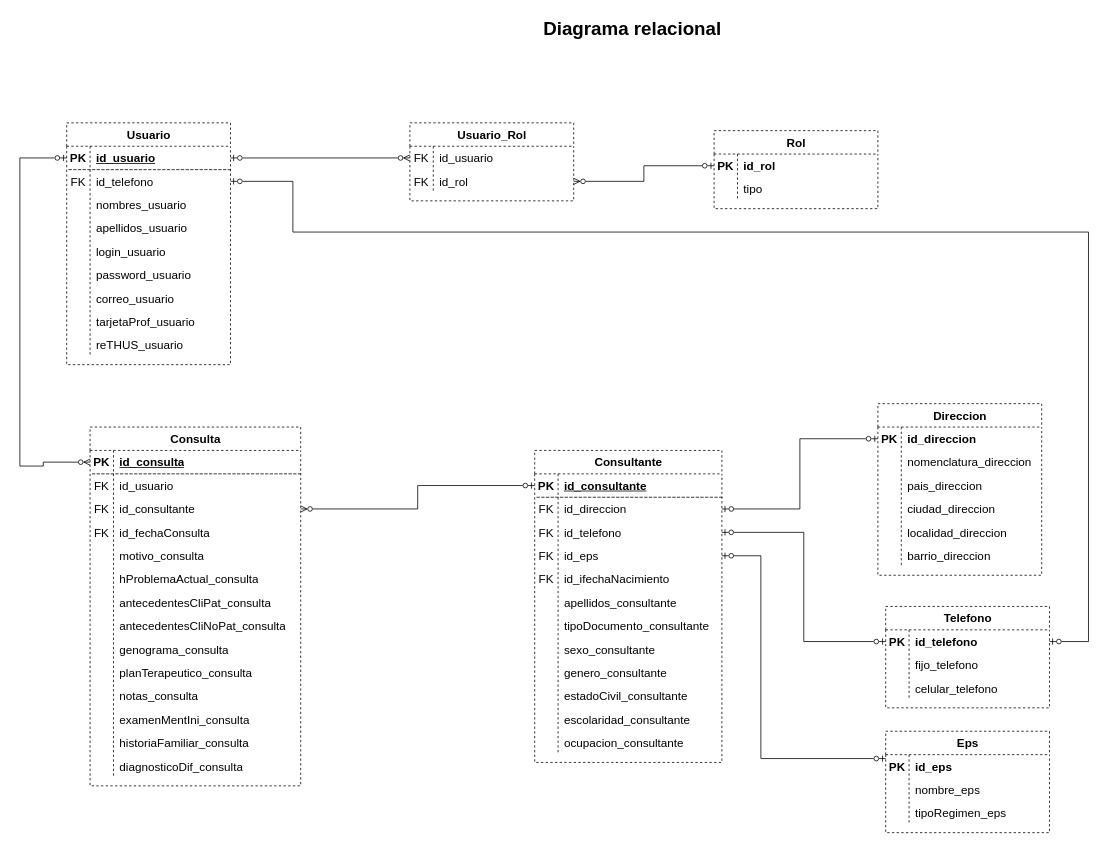
The draw.io diagram page "D. Relacional" (1 of 12) of Diagramas/Untitled Diagram.drawio in barloff2/Diagramas, before the edit. Source tidied: cells renumbered, new cells numbered last; positions are measured from the earlier drawing's top-left corner, leaving out a move shared by most shapes. Both pictures are drawn from the tidied source at 78%, with x=0, y=0 at pixel (20, 13).
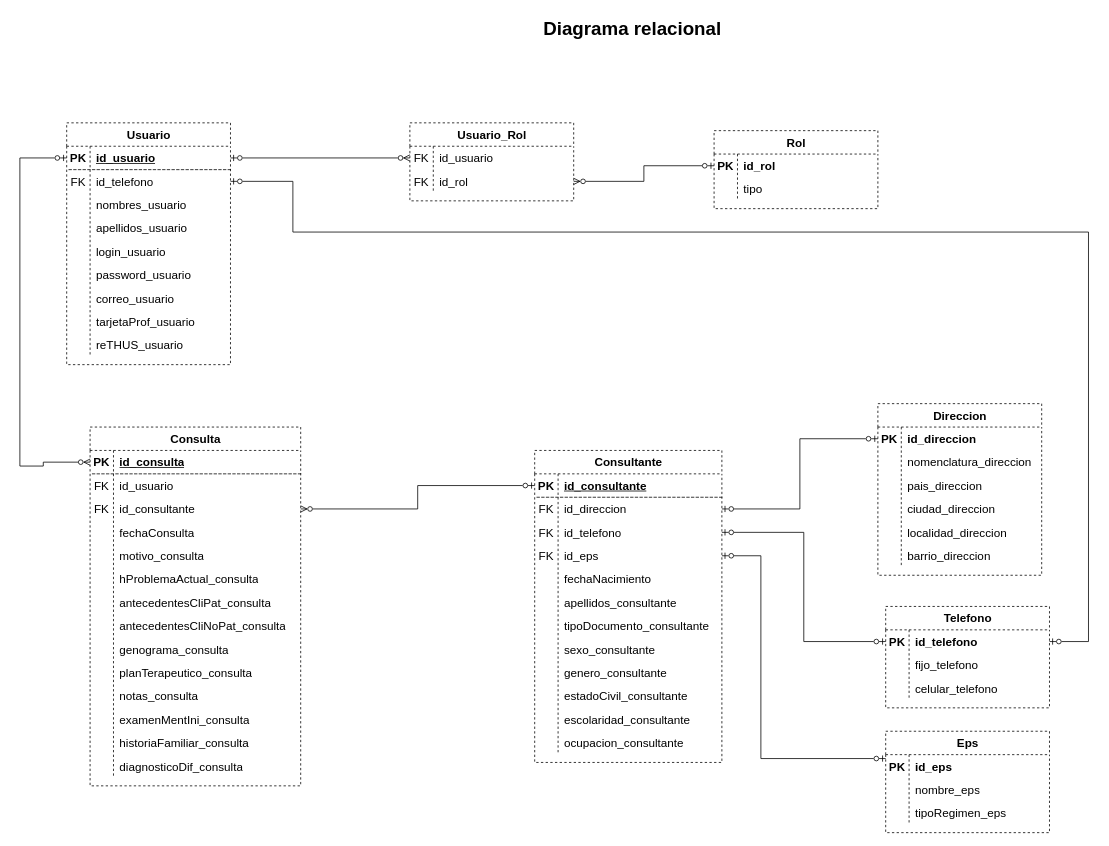
The same diagram, later.

The change refers to these unchanged cells:
```xml
<mxCell id="56" style="shape=tableRow;horizontal=0;startSize=0;swimlaneHead=0;swimlaneBody=0;fillColor=none;top=0;left=0;right=0;bottom=0;dashed=1;fontSize=15;html=1;" parent="46" vertex="1">
  <mxGeometry y="120" width="270" height="30" as="geometry" />
</mxCell>
<mxCell id="102" style="shape=tableRow;horizontal=0;startSize=0;swimlaneHead=0;swimlaneBody=0;fillColor=none;top=0;left=0;right=0;bottom=0;dashed=1;fontSize=15;html=1;" parent="89" vertex="1">
  <mxGeometry y="150" width="240" height="30" as="geometry" />
</mxCell>
```

What changed in the source:
```diff
@@
-    <mxCell id="57" value="FK" style="shape=partialRectangle;fillColor=none;top=0;left=0;bottom=0;right=0;overflow=hidden;dashed=1;fontSize=15;html=1;" parent="56" vertex="1">
+    <mxCell id="57" style="shape=partialRectangle;fillColor=none;top=0;left=0;bottom=0;right=0;overflow=hidden;dashed=1;fontSize=15;html=1;" parent="56" vertex="1">
       <mxGeometry width="30" height="30" as="geometry" />
     </mxCell>
-    <mxCell id="58" value="id_fechaConsulta" style="shape=partialRectangle;fillColor=none;top=0;left=0;bottom=0;right=0;align=left;spacingLeft=6;overflow=hidden;dashed=1;fontSize=15;html=1;" parent="56" vertex="1">
+    <mxCell id="58" value="fechaConsulta" style="shape=partialRectangle;fillColor=none;top=0;left=0;bottom=0;right=0;align=left;spacingLeft=6;overflow=hidden;dashed=1;fontSize=15;html=1;" parent="56" vertex="1">
       <mxGeometry x="30" width="240" height="30" as="geometry" />
     </mxCell>
@@
-    <mxCell id="103" value="FK" style="shape=partialRectangle;fillColor=none;top=0;left=0;bottom=0;right=0;overflow=hidden;dashed=1;fontSize=15;html=1;" parent="102" vertex="1">
+    <mxCell id="103" style="shape=partialRectangle;fillColor=none;top=0;left=0;bottom=0;right=0;overflow=hidden;dashed=1;fontSize=15;html=1;" parent="102" vertex="1">
       <mxGeometry width="30" height="30" as="geometry" />
     </mxCell>
-    <mxCell id="104" value="id_ifechaNacimiento" style="shape=partialRectangle;fillColor=none;top=0;left=0;bottom=0;right=0;align=left;spacingLeft=6;overflow=hidden;dashed=1;fontSize=15;html=1;" parent="102" vertex="1">
+    <mxCell id="104" value="fechaNacimiento" style="shape=partialRectangle;fillColor=none;top=0;left=0;bottom=0;right=0;align=left;spacingLeft=6;overflow=hidden;dashed=1;fontSize=15;html=1;" parent="102" vertex="1">
       <mxGeometry x="30" width="210" height="30" as="geometry" />
     </mxCell>
```
